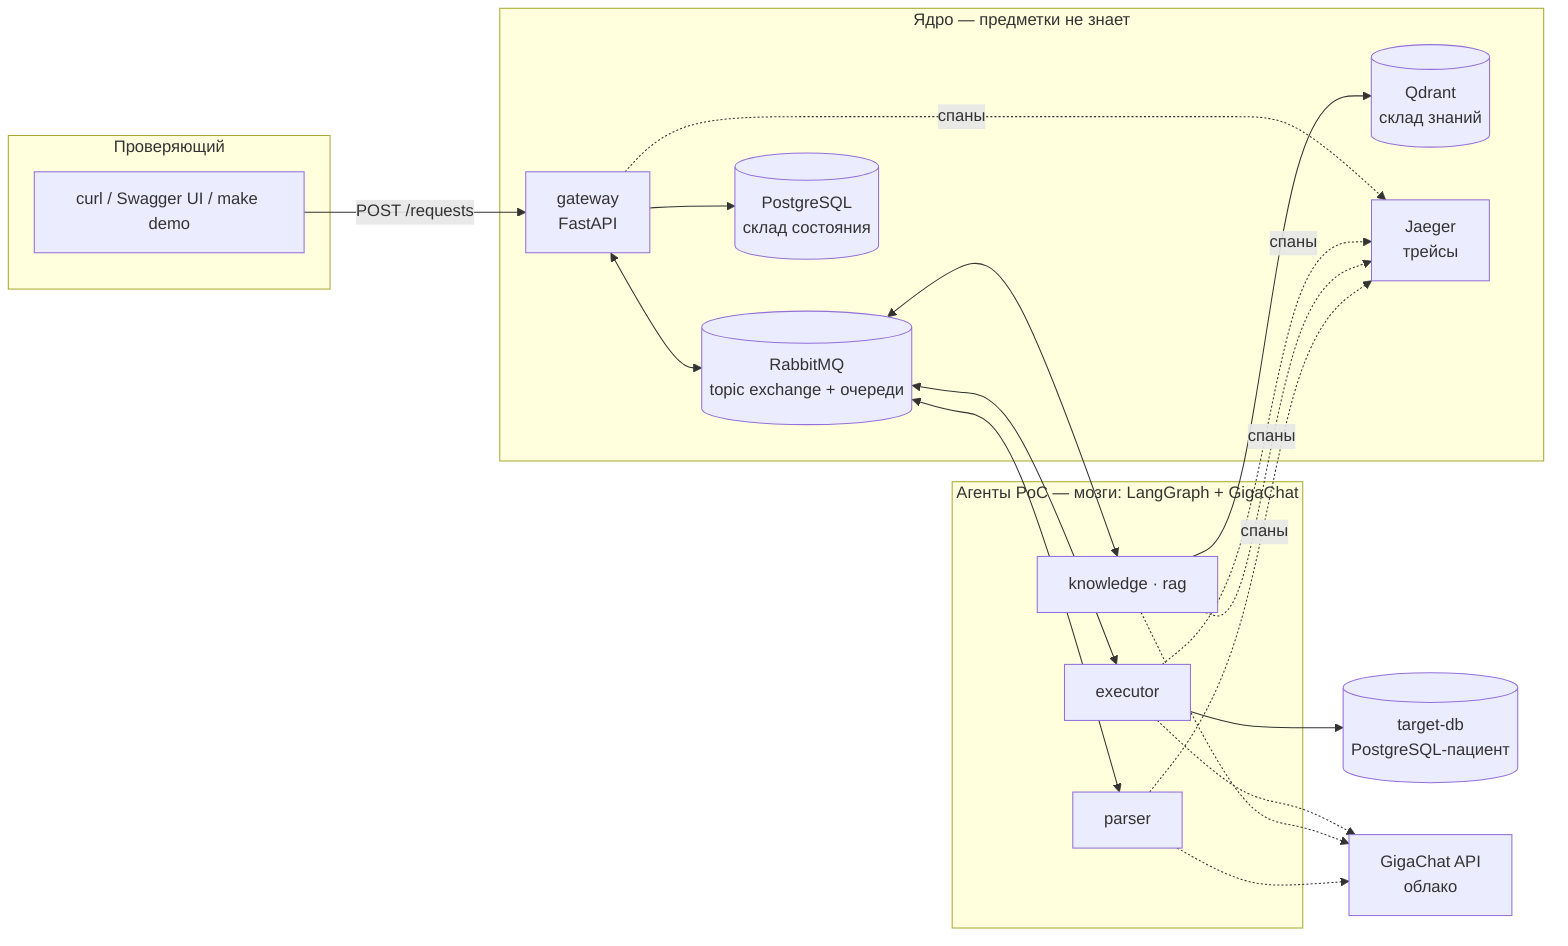
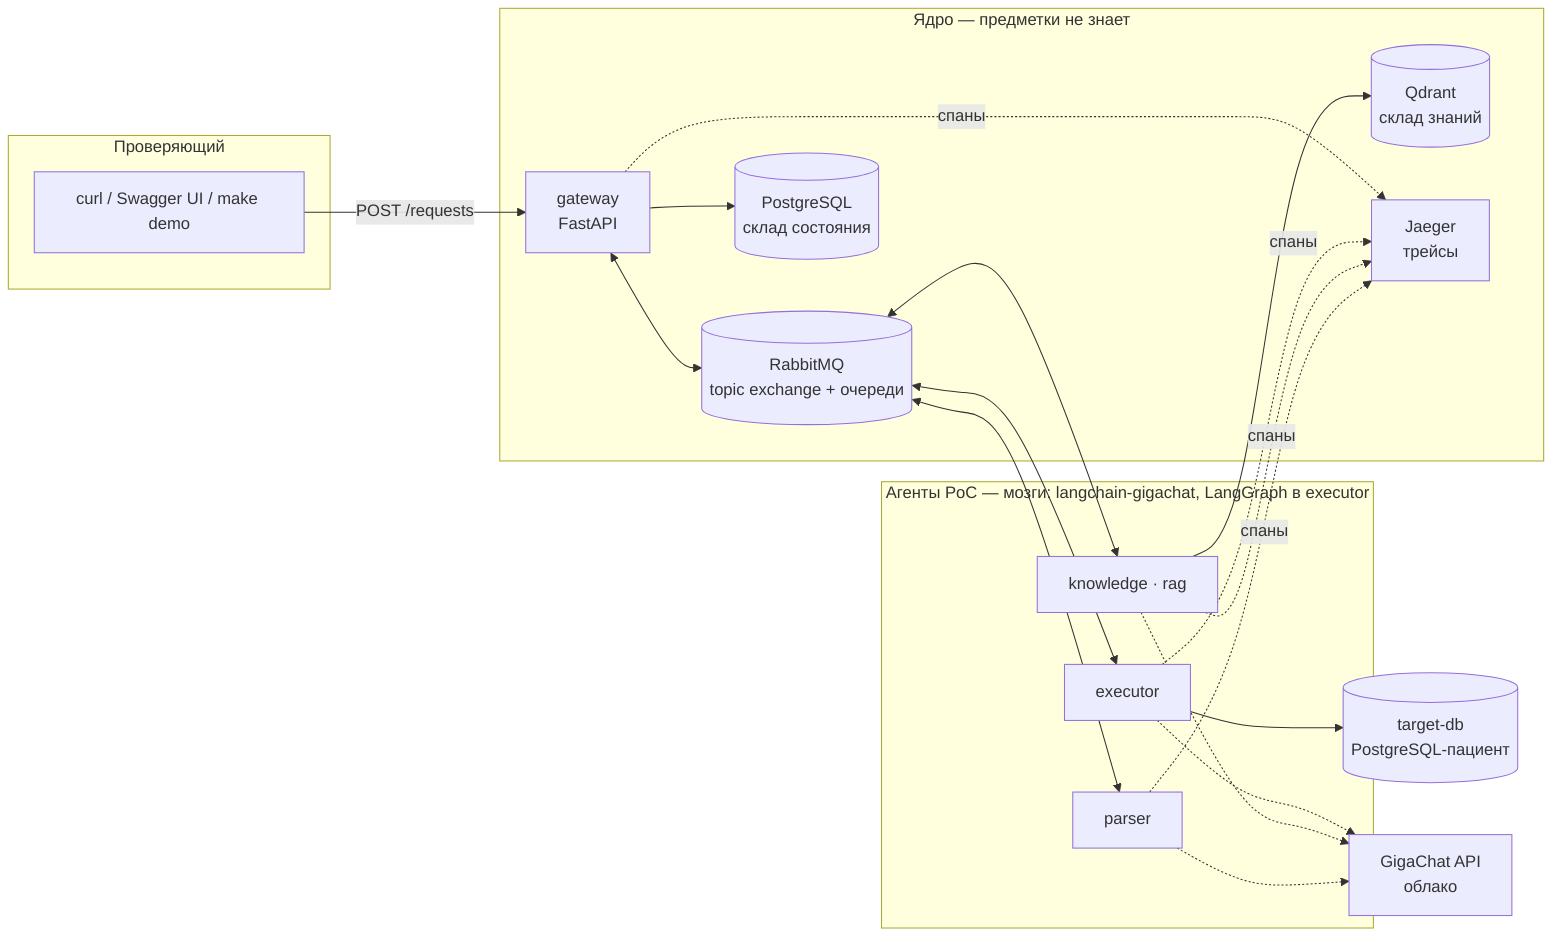
%% Компоненты системы (конфигурация A). Проекция спеков 40/45/55 — не источник истины.
flowchart LR
    subgraph client[Проверяющий]
        H[curl / Swagger UI / make demo]
    end

    subgraph core[Ядро — предметки не знает]
        GW[gateway<br/>FastAPI]
        BUS[(RabbitMQ<br/>topic exchange + очереди)]
        PG[(PostgreSQL<br/>склад состояния)]
        QD[(Qdrant<br/>склад знаний)]
        JG[Jaeger<br/>трейсы]
    end

-     subgraph agents[Агенты PoC — мозги: LangGraph + GigaChat]
+     subgraph agents[Агенты PoC — мозги: langchain-gigachat, LangGraph в executor]
        P[parser]
        K[knowledge · rag]
        E[executor]
    end

    TDB[(target-db<br/>PostgreSQL-пациент)]
    LLM[GigaChat API<br/>облако]

    H -->|POST /requests| GW
    GW <--> BUS
    BUS <--> P
    BUS <--> K
    BUS <--> E
    GW --> PG
    K --> QD
    E --> TDB
    P -.-> LLM
    K -.-> LLM
    E -.-> LLM
    P & K & E & GW -.->|спаны| JG
